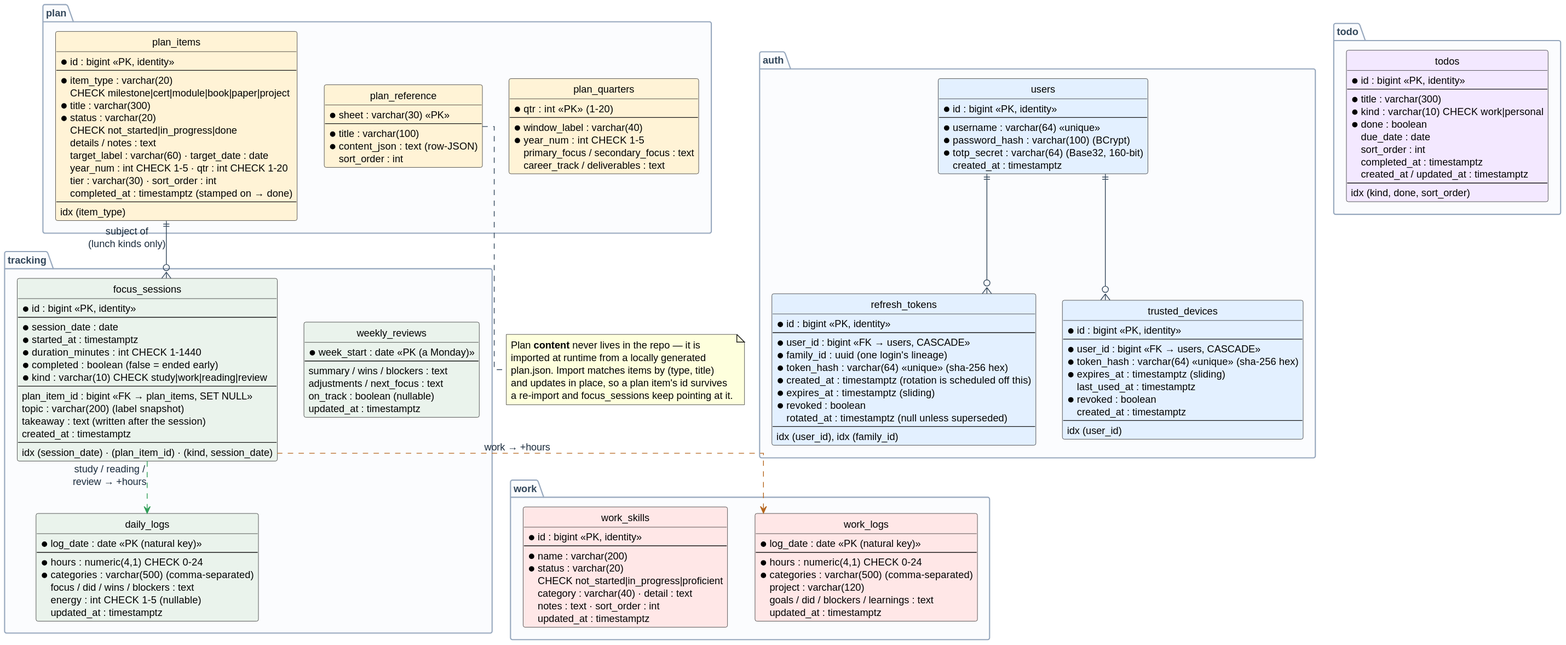
caseythecoder90/grindtrack keeps this PlantUML diagram as gt2/docs/diagrams/data-model.svg. Above is the earlier version.
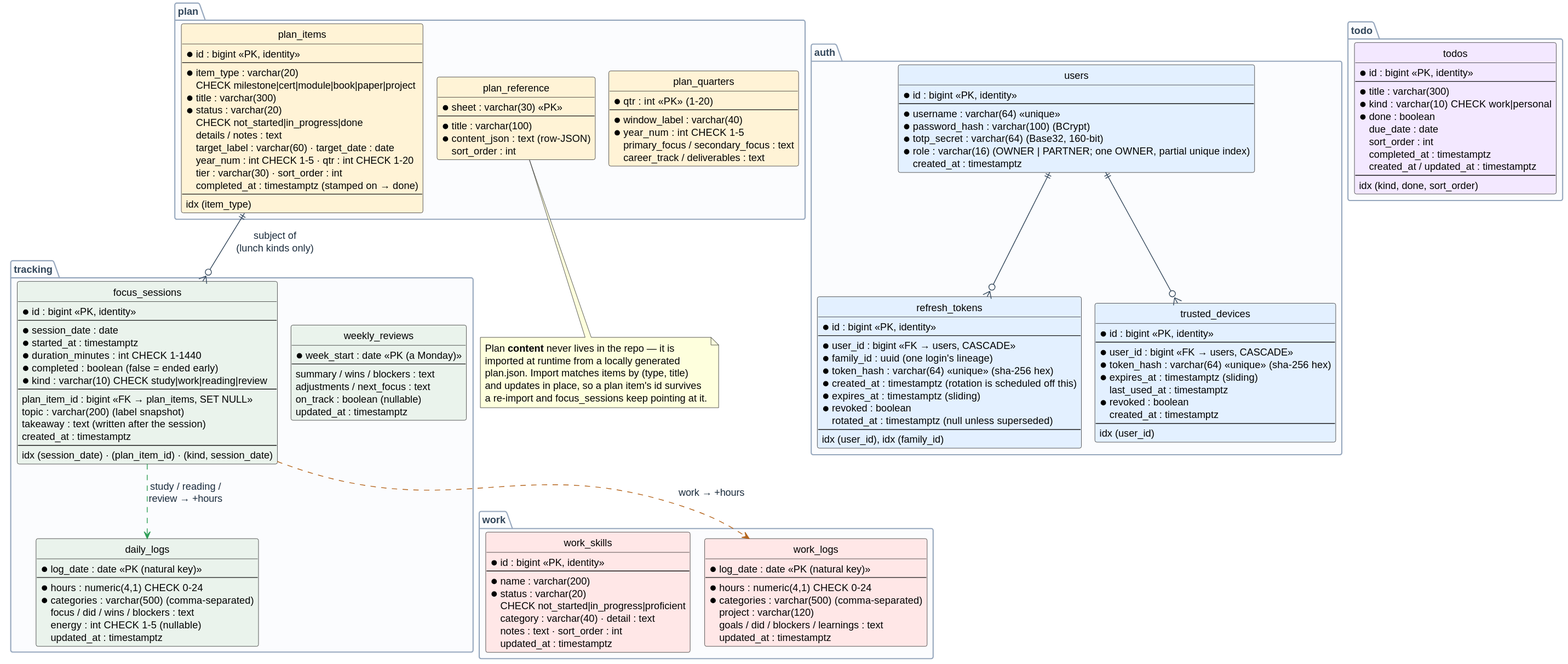
Above is the later version.

Diff of the diagram source:
```diff
@@ -1,4 +1,5 @@
 @startuml
+!pragma layout smetana
 hide circle
 skinparam linetype ortho
 skinparam backgroundColor #FFFFFF
@@ -26,6 +27,7 @@
     * username : varchar(64) <<unique>>
     * password_hash : varchar(100)  (BCrypt)
     * totp_secret : varchar(64)  (Base32, 160-bit)
+    * role : varchar(16)  (OWNER | PARTNER; one OWNER, partial unique index)
     created_at : timestamptz
   }
   entity "refresh_tokens" as refresh_tokens #E3F0FF {
```
